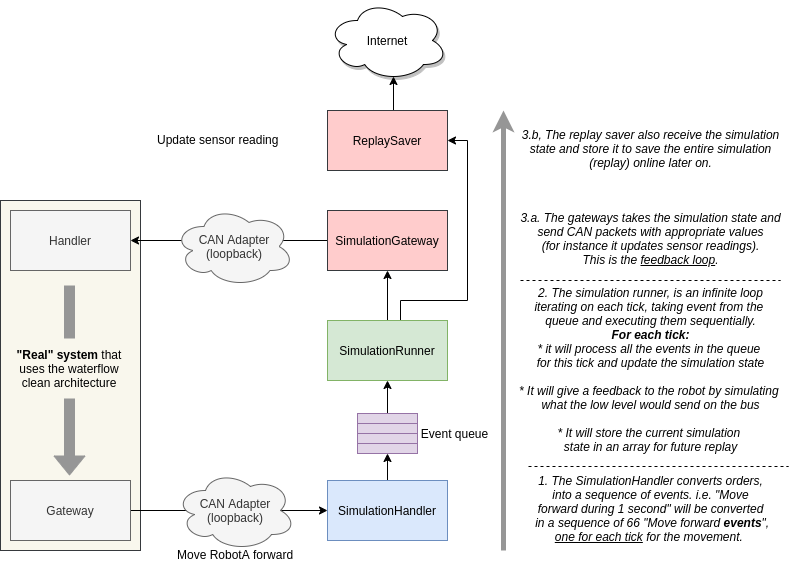
Before: highlevel/docs/img/simulation.png, a diagram exported from draw.io (outech-robotic/code). Source tidied: cells renumbered, new cells last; positions are measured from the earlier drawing's top-left corner, leaving out a move shared by most shapes.
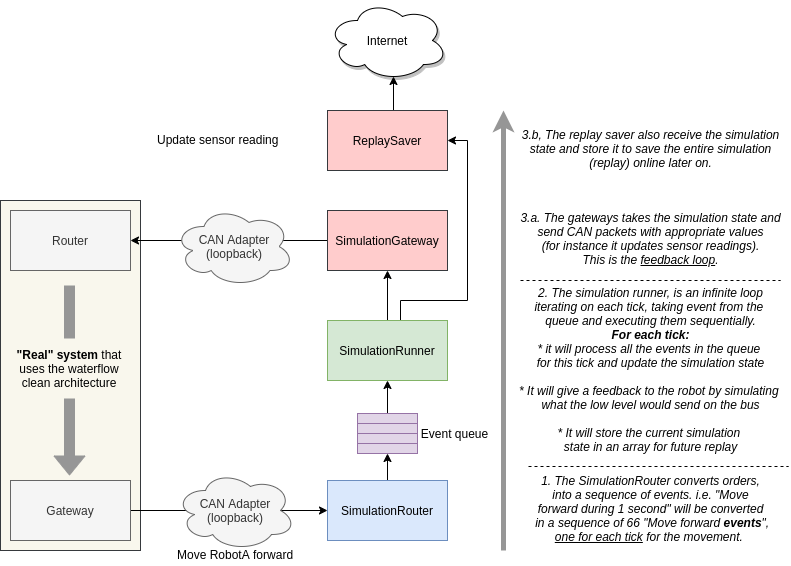
After the change.

What changed in the source:
```diff
@@ -14,7 +14,7 @@
     <mxCell id="5" style="edgeStyle=orthogonalEdgeStyle;rounded=0;jettySize=auto;html=1;exitX=0.5;exitY=0;exitDx=0;exitDy=0;entryX=0.5;entryY=1;entryDx=0;entryDy=0;" parent="1" edge="1" source="6" target="14">
       <mxGeometry relative="1" as="geometry" />
     </mxCell>
-    <mxCell id="6" value="SimulationHandler" style="rounded=0;whiteSpace=wrap;html=1;fillColor=#dae8fc;strokeColor=#6c8ebf;" parent="1" vertex="1">
+    <mxCell id="6" value="SimulationRouter" style="rounded=0;whiteSpace=wrap;html=1;fillColor=#dae8fc;strokeColor=#6c8ebf;" parent="1" vertex="1">
       <mxGeometry x="327" y="480" width="120" height="60" as="geometry" />
     </mxCell>
     <mxCell id="7" style="edgeStyle=orthogonalEdgeStyle;rounded=0;jettySize=auto;html=1;exitX=0.5;exitY=0;exitDx=0;exitDy=0;entryX=0.5;entryY=1;entryDx=0;entryDy=0;" parent="1" edge="1" source="9" target="23">
@@ -52,7 +52,7 @@
     <mxCell id="15" value="Event queue" style="text;html=1;strokeColor=none;fillColor=none;align=center;verticalAlign=middle;whiteSpace=wrap;rounded=0;" parent="1" vertex="1">
       <mxGeometry x="417" y="423" width="75" height="20" as="geometry" />
     </mxCell>
-    <mxCell id="16" value="Handler" style="rounded=0;whiteSpace=wrap;html=1;fillColor=#f5f5f5;strokeColor=#666666;fontColor=#333333;" parent="1" vertex="1">
+    <mxCell id="16" value="Router" style="rounded=0;whiteSpace=wrap;html=1;fillColor=#f5f5f5;strokeColor=#666666;fontColor=#333333;" parent="1" vertex="1">
       <mxGeometry x="10" y="210" width="120" height="60" as="geometry" />
     </mxCell>
     <mxCell id="17" style="edgeStyle=orthogonalEdgeStyle;rounded=0;jettySize=auto;html=1;exitX=0;exitY=0.5;exitDx=0;exitDy=0;entryX=1;entryY=0.5;entryDx=0;entryDy=0;" parent="1" edge="1" source="23" target="16">
@@ -67,7 +67,7 @@
     <mxCell id="20" value="Internet" style="ellipse;shape=cloud;whiteSpace=wrap;html=1;shadow=1;" parent="1" vertex="1">
       <mxGeometry x="327" width="120" height="80" as="geometry" />
     </mxCell>
-    <mxCell id="21" value="&lt;i&gt;1. The SimulationHandler converts orders,&lt;br&gt;into a sequence of events. i.e. &quot;Move&lt;br&gt;forward during 1 second&quot; will be converted&lt;br&gt;&amp;nbsp;in a sequence of 66 &quot;Move forward &lt;b&gt;events&lt;/b&gt;&quot;,&lt;br&gt;&lt;u&gt;one for each tick&lt;/u&gt; for the movement.&amp;nbsp;&lt;/i&gt;" style="text;html=1;align=center;verticalAlign=middle;spacingTop=-4;labelBorderColor=none;horizontal=1;" parent="1" vertex="1">
+    <mxCell id="21" value="&lt;i&gt;1. The SimulationRouter converts orders,&lt;br&gt;into a sequence of events. i.e. &quot;Move&lt;br&gt;forward during 1 second&quot; will be converted&lt;br&gt;&amp;nbsp;in a sequence of 66 &quot;Move forward &lt;b&gt;events&lt;/b&gt;&quot;,&lt;br&gt;&lt;u&gt;one for each tick&lt;/u&gt; for the movement.&amp;nbsp;&lt;/i&gt;" style="text;html=1;align=center;verticalAlign=middle;spacingTop=-4;labelBorderColor=none;horizontal=1;" parent="1" vertex="1">
       <mxGeometry x="525" y="475" width="250" height="70" as="geometry" />
     </mxCell>
     <mxCell id="22" value="&lt;i&gt;2. The simulation runner, is an infinite loop&lt;br&gt;iterating on each tick, taking event from the &lt;br&gt;queue and executing them sequentially.&lt;br&gt;&lt;b&gt;For each tick:&lt;br&gt;&lt;/b&gt;* it will process all the events in the queue &lt;br&gt;for this tick and update the simulation state&lt;br&gt;&lt;br&gt;* It will give a feedback to the robot by simulating &lt;br&gt;what the low level would send on the bus&lt;br&gt;&lt;br&gt;* It will store the current simulation &lt;br&gt;state in an array for future replay&lt;br&gt;&lt;/i&gt;" style="text;html=1;align=center;verticalAlign=middle;spacingTop=-4;labelBorderColor=none;horizontal=1;" parent="1" vertex="1">
```
